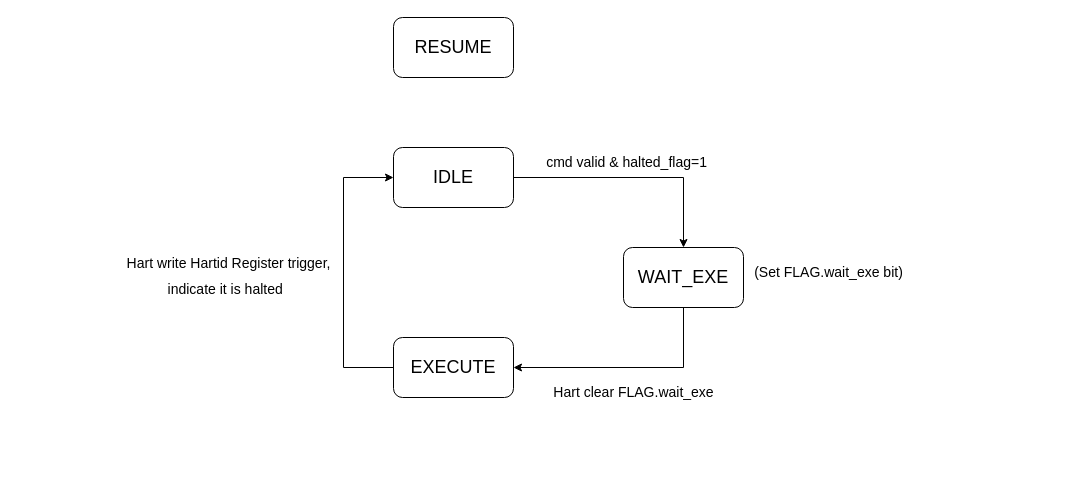
The draw.io diagram 未命名绘图.drawio in blin123/hdl, before the edit. Source tidied: cells renumbered, new cells numbered last; positions are measured from the earlier drawing's top-left corner, leaving out a move shared by most shapes. Both pictures are drawn from the tidied source at 100%, with x=0, y=0 at pixel (113, 17).
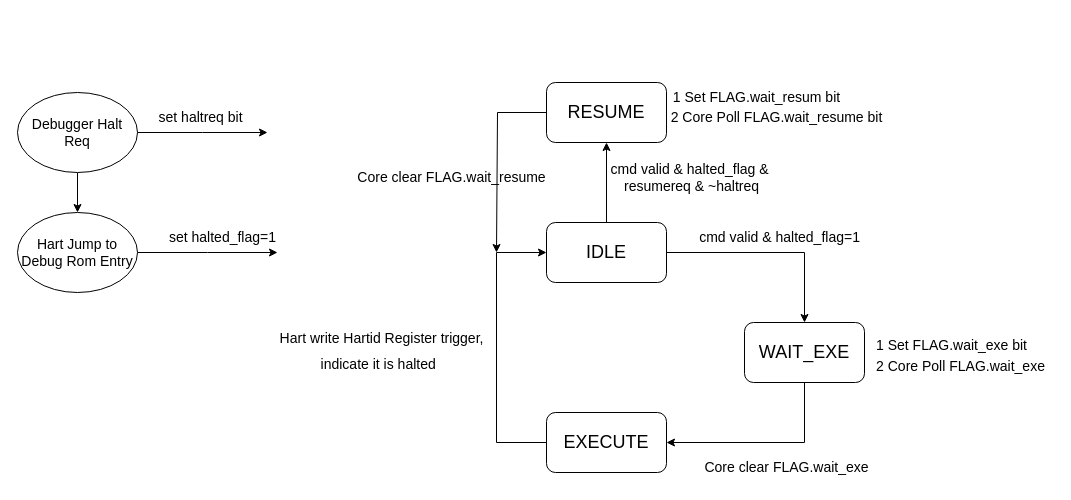
After the change.

Commit message (it also covers changes not shown here):
更新未命名绘图.drawio

What changed in the source:
```diff
@@
+    <mxCell id="13" style="edgeStyle=orthogonalEdgeStyle;rounded=0;jettySize=auto;html=1;exitX=0.5;exitY=0;exitDx=0;exitDy=0;entryX=0.5;entryY=1;entryDx=0;entryDy=0;" parent="1" edge="1" source="3" target="12">
+      <mxGeometry relative="1" as="geometry" />
+    </mxCell>
     <mxCell id="3" value="&lt;font style=&quot;font-size: 18px;&quot;&gt;IDLE&lt;/font&gt;" style="rounded=1;whiteSpace=wrap;html=1;" parent="1" vertex="1">
-      <mxGeometry x="280" y="130" width="120" height="60" as="geometry" />
+      <mxGeometry x="433" y="205" width="120" height="60" as="geometry" />
     </mxCell>
     <mxCell id="4" style="edgeStyle=orthogonalEdgeStyle;rounded=0;jettySize=auto;html=1;entryX=1;entryY=0.5;entryDx=0;entryDy=0;" parent="1" edge="1" source="5" target="8">
       <mxGeometry relative="1" as="geometry">
         <Array as="points">
-          <mxPoint x="570" y="350" />
+          <mxPoint x="691" y="425" />
         </Array>
       </mxGeometry>
     </mxCell>
     <mxCell id="5" value="&lt;font style=&quot;font-size: 18px;&quot;&gt;WAIT_EXE&lt;/font&gt;" style="rounded=1;whiteSpace=wrap;html=1;" parent="1" vertex="1">
-      <mxGeometry x="510" y="230" width="120" height="60" as="geometry" />
+      <mxGeometry x="631" y="305" width="120" height="60" as="geometry" />
     </mxCell>
     <mxCell id="6" value="&lt;font style=&quot;font-size: 14px;&quot;&gt;cmd valid &amp;amp; halted_flag=1&amp;nbsp;&lt;/font&gt;" style="text;html=1;align=center;verticalAlign=middle;strokeColor=none;fillColor=none;" parent="1" vertex="1">
-      <mxGeometry x="420" y="130" width="190" height="30" as="geometry" />
+      <mxGeometry x="573" y="205" width="190" height="30" as="geometry" />
     </mxCell>
     <mxCell id="7" style="edgeStyle=orthogonalEdgeStyle;rounded=0;jettySize=auto;html=1;exitX=0;exitY=0.5;exitDx=0;exitDy=0;entryX=0;entryY=0.5;entryDx=0;entryDy=0;" parent="1" edge="1" source="8" target="3">
       <mxGeometry relative="1" as="geometry">
         <Array as="points">
-          <mxPoint x="230" y="350" />
-          <mxPoint x="230" y="160" />
+          <mxPoint x="383" y="425" />
+          <mxPoint x="383" y="235" />
         </Array>
       </mxGeometry>
     </mxCell>
     <mxCell id="8" value="&lt;span style=&quot;font-size: 18px;&quot;&gt;EXECUTE&lt;/span&gt;" style="rounded=1;whiteSpace=wrap;html=1;" parent="1" vertex="1">
-      <mxGeometry x="280" y="320" width="120" height="60" as="geometry" />
+      <mxGeometry x="433" y="395" width="120" height="60" as="geometry" />
     </mxCell>
-    <mxCell id="9" value="&lt;font style=&quot;font-size: 14px;&quot;&gt;Hart clear FLAG.wait_exe&lt;/font&gt;" style="text;html=1;align=center;verticalAlign=middle;strokeColor=none;fillColor=none;" parent="1" vertex="1">
-      <mxGeometry x="430" y="360" width="180" height="30" as="geometry" />
+    <mxCell id="9" value="&lt;font style=&quot;font-size: 14px;&quot;&gt;Core clear FLAG.wait_exe&lt;/font&gt;" style="text;html=1;align=center;verticalAlign=middle;strokeColor=none;fillColor=none;" parent="1" vertex="1">
+      <mxGeometry x="578" y="435" width="190" height="30" as="geometry" />
     </mxCell>
-    <mxCell id="10" value="&lt;font style=&quot;font-size: 14px;&quot;&gt;(Set FLAG.wait_exe bit)&lt;/font&gt;" style="text;html=1;align=center;verticalAlign=middle;strokeColor=none;fillColor=none;" parent="1" vertex="1">
-      <mxGeometry x="630" y="240" width="170" height="30" as="geometry" />
+    <mxCell id="10" value="&lt;font style=&quot;font-size: 14px;&quot;&gt;1 Set FLAG.wait_exe bit&lt;/font&gt;" style="text;html=1;align=center;verticalAlign=middle;strokeColor=none;fillColor=none;" parent="1" vertex="1">
+      <mxGeometry x="753" y="313" width="170" height="30" as="geometry" />
     </mxCell>
     <mxCell id="11" value="&lt;font style=&quot;font-size: 14px;&quot;&gt;Ha&lt;/font&gt;&lt;font style=&quot;font-size: 14px;&quot;&gt;rt write Hartid Register trigger,&lt;/font&gt;&lt;div&gt;&lt;font style=&quot;&quot;&gt;&lt;font style=&quot;font-size: 14px;&quot;&gt;ind&lt;font style=&quot;&quot;&gt;icate it is halte&lt;/font&gt;d&lt;/font&gt;&lt;span style=&quot;font-size: 24px;&quot;&gt;&amp;nbsp;&lt;/span&gt;&lt;/font&gt;&lt;/div&gt;" style="text;html=1;align=center;verticalAlign=middle;strokeColor=none;fillColor=none;" parent="1" vertex="1">
-      <mxGeometry y="230" width="230" height="60" as="geometry" />
+      <mxGeometry x="153" y="305" width="230" height="60" as="geometry" />
     </mxCell>
+    <mxCell id="14" style="edgeStyle=orthogonalEdgeStyle;rounded=0;jettySize=auto;html=1;exitX=0;exitY=0.25;exitDx=0;exitDy=0;" parent="1" edge="1" source="12">
+      <mxGeometry relative="1" as="geometry">
+        <mxPoint x="383" y="235" as="targetPoint" />
+        <Array as="points">
+          <mxPoint x="433" y="95" />
+          <mxPoint x="384" y="95" />
+          <mxPoint x="384" y="235" />
+        </Array>
+      </mxGeometry>
+    </mxCell>
     <mxCell id="12" value="&lt;font style=&quot;font-size: 18px;&quot;&gt;RESUME&lt;/font&gt;" style="rounded=1;whiteSpace=wrap;html=1;" parent="1" vertex="1">
-      <mxGeometry x="280" width="120" height="60" as="geometry" />
+      <mxGeometry x="433" y="65" width="120" height="60" as="geometry" />
     </mxCell>
+    <mxCell id="15" style="edgeStyle=orthogonalEdgeStyle;rounded=0;jettySize=auto;html=1;exitX=0.5;exitY=1;exitDx=0;exitDy=0;entryX=0.5;entryY=0;entryDx=0;entryDy=0;" parent="1" edge="1" source="16" target="18">
+      <mxGeometry relative="1" as="geometry" />
+    </mxCell>
+    <mxCell id="16" value="&lt;font style=&quot;font-size: 14px;&quot;&gt;Debugger Halt Req&lt;/font&gt;" style="ellipse;whiteSpace=wrap;html=1;" parent="1" vertex="1">
+      <mxGeometry x="-96" y="75" width="120" height="80" as="geometry" />
+    </mxCell>
+    <mxCell id="17" style="edgeStyle=orthogonalEdgeStyle;rounded=0;jettySize=auto;html=1;exitX=1;exitY=0.5;exitDx=0;exitDy=0;" parent="1" edge="1" source="18">
+      <mxGeometry relative="1" as="geometry">
+        <mxPoint x="164" y="235" as="targetPoint" />
+      </mxGeometry>
+    </mxCell>
+    <mxCell id="18" value="&lt;font style=&quot;font-size: 14px;&quot;&gt;Hart Jump to Debug Rom Entry&lt;/font&gt;" style="ellipse;whiteSpace=wrap;html=1;" parent="1" vertex="1">
+      <mxGeometry x="-96" y="195" width="120" height="80" as="geometry" />
+    </mxCell>
+    <mxCell id="19" value="&lt;font style=&quot;font-size: 14px;&quot;&gt;set halted_flag=1&lt;/font&gt;" style="text;html=1;align=center;verticalAlign=middle;strokeColor=none;fillColor=none;" parent="1" vertex="1">
+      <mxGeometry x="44" y="205" width="130" height="30" as="geometry" />
+    </mxCell>
+    <mxCell id="20" value="&lt;font style=&quot;font-size: 14px;&quot;&gt;set haltreq bit&amp;nbsp;&lt;/font&gt;" style="text;html=1;align=center;verticalAlign=middle;strokeColor=none;fillColor=none;" parent="1" vertex="1">
+      <mxGeometry x="34" y="85" width="110" height="30" as="geometry" />
+    </mxCell>
+    <mxCell id="21" style="edgeStyle=orthogonalEdgeStyle;rounded=0;jettySize=auto;html=1;exitX=1;exitY=0.5;exitDx=0;exitDy=0;" parent="1" edge="1" source="16">
+      <mxGeometry relative="1" as="geometry">
+        <mxPoint x="154" y="115" as="targetPoint" />
+      </mxGeometry>
+    </mxCell>
+    <mxCell id="22" value="&lt;font style=&quot;font-size: 14px;&quot;&gt;cmd valid &amp;amp; halted_flag &amp;amp;&amp;nbsp;&lt;/font&gt;&lt;div&gt;&lt;font style=&quot;font-size: 14px;&quot;&gt;resumereq &amp;amp; ~haltreq&lt;/font&gt;&lt;/div&gt;" style="text;html=1;align=center;verticalAlign=middle;strokeColor=none;fillColor=none;" parent="1" vertex="1">
+      <mxGeometry x="483" y="135" width="190" height="50" as="geometry" />
+    </mxCell>
+    <mxCell id="23" value="&lt;font style=&quot;font-size: 14px;&quot;&gt;2 Core Poll FLAG.wait_exe&lt;/font&gt;" style="text;html=1;align=center;verticalAlign=middle;strokeColor=none;fillColor=none;" parent="1" vertex="1">
+      <mxGeometry x="753" y="334" width="187" height="29" as="geometry" />
+    </mxCell>
+    <mxCell id="24" value="&lt;font style=&quot;font-size: 14px;&quot;&gt;1 Set FLAG.wait_resum bit&lt;/font&gt;" style="text;html=1;align=center;verticalAlign=middle;strokeColor=none;fillColor=none;" parent="1" vertex="1">
+      <mxGeometry x="548" y="65" width="190" height="30" as="geometry" />
+    </mxCell>
+    <mxCell id="25" value="&lt;font style=&quot;font-size: 14px;&quot;&gt;2 Core Poll FLAG.wait_resume bit&lt;/font&gt;" style="text;html=1;align=center;verticalAlign=middle;strokeColor=none;fillColor=none;" parent="1" vertex="1">
+      <mxGeometry x="543" y="85" width="240" height="30" as="geometry" />
+    </mxCell>
+    <mxCell id="26" value="&lt;font style=&quot;font-size: 14px;&quot;&gt;Core clear FLAG.wait_resume&lt;/font&gt;" style="text;html=1;align=center;verticalAlign=middle;strokeColor=none;fillColor=none;" parent="1" vertex="1">
+      <mxGeometry x="233" y="145" width="210" height="30" as="geometry" />
+    </mxCell>
```
